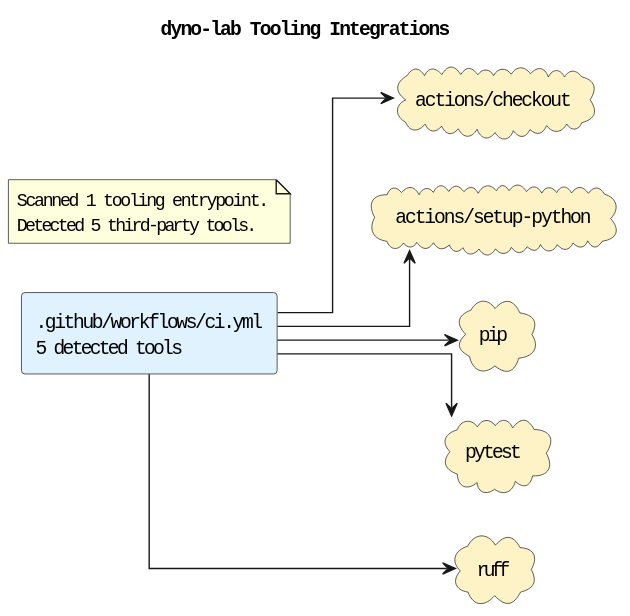
Earlier version of the PlantUML export docs/diagrams/tooling-integrations.puml.svg (casonk/dyno-lab). The source it was exported from:
```plantuml
@startuml
title dyno-lab Tooling Integrations
left to right direction
skinparam shadowing false
skinparam defaultFontName Monospace
skinparam componentStyle rectangle
skinparam linetype ortho
rectangle ".github/workflows/ci.yml\n5 detected tools" as source_github_workflows_ci_yml #E0F2FE
cloud "actions/checkout" as tool_actions_checkout #FEF3C7
cloud "actions/setup-python" as tool_actions_setup_python #FEF3C7
cloud "pip" as tool_pip #FEF3C7
cloud "pytest" as tool_pytest #FEF3C7
cloud "ruff" as tool_ruff #FEF3C7
source_github_workflows_ci_yml --> tool_actions_checkout
source_github_workflows_ci_yml --> tool_actions_setup_python
source_github_workflows_ci_yml --> tool_pip
source_github_workflows_ci_yml --> tool_pytest
source_github_workflows_ci_yml --> tool_ruff
note as toolingGraphSummary
Scanned 1 tooling entrypoint.
Detected 5 third-party tools.
end note
@enduml
```
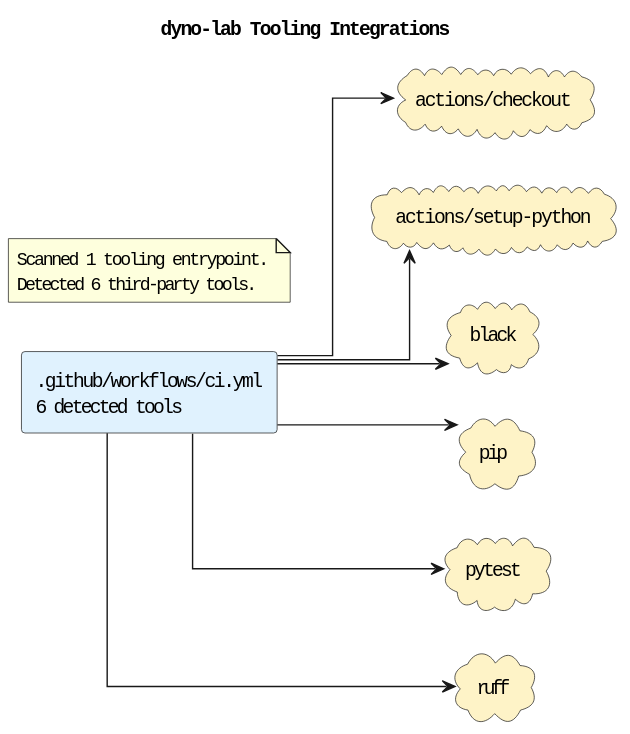
After the change.

Diff of the diagram source:
```diff
@@ -5,19 +5,21 @@
 skinparam defaultFontName Monospace
 skinparam componentStyle rectangle
 skinparam linetype ortho
-rectangle ".github/workflows/ci.yml\n5 detected tools" as source_github_workflows_ci_yml #E0F2FE
+rectangle ".github/workflows/ci.yml\n6 detected tools" as source_github_workflows_ci_yml #E0F2FE
 cloud "actions/checkout" as tool_actions_checkout #FEF3C7
 cloud "actions/setup-python" as tool_actions_setup_python #FEF3C7
+cloud "black" as tool_black #FEF3C7
 cloud "pip" as tool_pip #FEF3C7
 cloud "pytest" as tool_pytest #FEF3C7
 cloud "ruff" as tool_ruff #FEF3C7
 source_github_workflows_ci_yml --> tool_actions_checkout
 source_github_workflows_ci_yml --> tool_actions_setup_python
+source_github_workflows_ci_yml --> tool_black
 source_github_workflows_ci_yml --> tool_pip
 source_github_workflows_ci_yml --> tool_pytest
 source_github_workflows_ci_yml --> tool_ruff
 note as toolingGraphSummary
 Scanned 1 tooling entrypoint.
-Detected 5 third-party tools.
+Detected 6 third-party tools.
 end note
 @enduml
```
